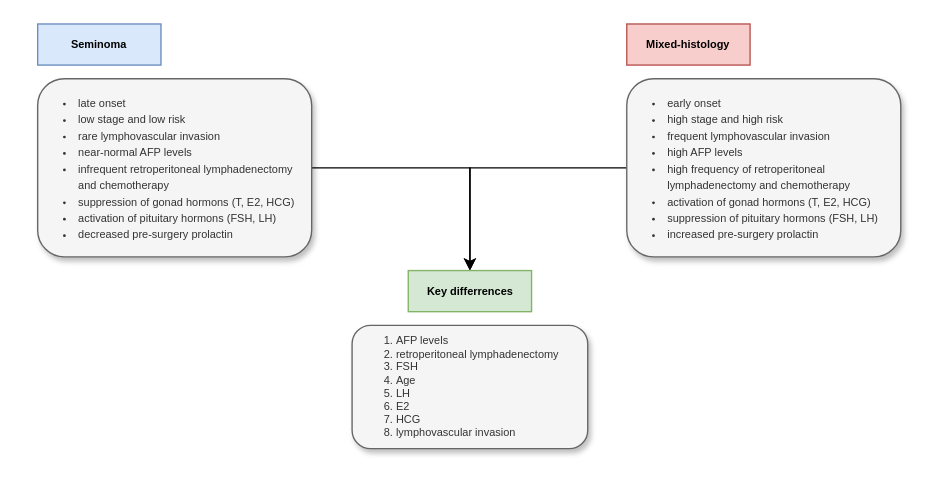
Before: schemes/results_histology.drawio in PiotrTymoszuk/TesCa_hormones, a draw.io diagram. Source tidied: cells renumbered, new cells numbered last; positions are measured from the earlier drawing's top-left corner, leaving out a move shared by most shapes. Both pictures are drawn from the tidied source at 137%, with x=0, y=0 at pixel (37, 23).
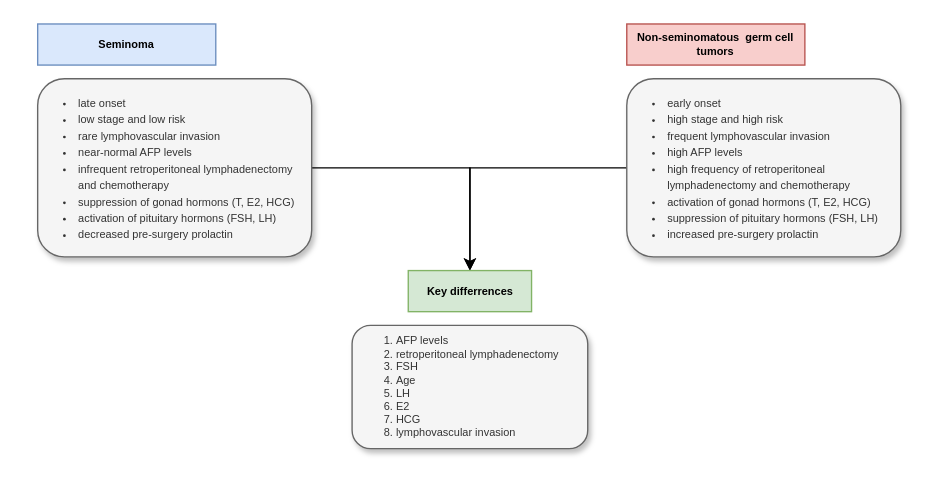
Above is the later version.

Diff of the diagram source:
```diff
@@
 <mxGraphModel>
   <root>
     <mxCell id="0" />
     <mxCell id="1" parent="0" />
     <mxCell id="2" value="Seminoma" style="rounded=0;whiteSpace=wrap;html=1;fontSize=8;fontStyle=1;fillColor=#dae8fc;strokeColor=#6c8ebf;" parent="1" vertex="1">
-      <mxGeometry width="90" height="30" as="geometry" />
+      <mxGeometry width="130" height="30" as="geometry" />
     </mxCell>
-    <mxCell id="3" value="Mixed-histology" style="rounded=0;whiteSpace=wrap;html=1;fontSize=8;fontStyle=1;fillColor=#f8cecc;strokeColor=#b85450;" parent="1" vertex="1">
-      <mxGeometry x="430" width="90" height="30" as="geometry" />
+    <mxCell id="3" value="Non-seminomatous&amp;nbsp;&amp;nbsp;germ cell tumors" style="rounded=0;whiteSpace=wrap;html=1;fontSize=8;fontStyle=1;fillColor=#f8cecc;strokeColor=#b85450;" parent="1" vertex="1">
+      <mxGeometry x="430" width="130" height="30" as="geometry" />
     </mxCell>
     <mxCell id="4" style="edgeStyle=orthogonalEdgeStyle;rounded=0;jettySize=auto;html=1;entryX=0.5;entryY=0;entryDx=0;entryDy=0;fontSize=8;" parent="1" edge="1" source="5" target="8">
       <mxGeometry relative="1" as="geometry" />
     </mxCell>
     <mxCell id="5" value="&lt;ul style=&quot;line-height: 150%;&quot;&gt;&lt;li&gt;early onset&lt;/li&gt;&lt;li&gt;high stage and high risk&amp;nbsp;&lt;/li&gt;&lt;li&gt;&lt;span style=&quot;background-color: initial;&quot;&gt;frequent lymphovascular invasion&lt;/span&gt;&lt;br&gt;&lt;/li&gt;&lt;li&gt;&lt;span style=&quot;background-color: initial;&quot;&gt;high AFP levels&lt;/span&gt;&lt;br&gt;&lt;/li&gt;&lt;li&gt;&lt;span style=&quot;background-color: initial;&quot;&gt;high frequency of retroperitoneal lymphadenectomy and chemotherapy&lt;/span&gt;&lt;br&gt;&lt;/li&gt;&lt;li&gt;activation of gonad hormons (T, E2, HCG)&lt;/li&gt;&lt;li&gt;suppression of pituitary hormons (FSH, LH)&lt;/li&gt;&lt;li&gt;increased pre-surgery prolactin&lt;/li&gt;&lt;/ul&gt;" style="rounded=1;whiteSpace=wrap;html=1;fontSize=8;verticalAlign=top;align=left;spacing=0;spacingLeft=-10;shadow=1;fillColor=#f5f5f5;fontColor=#333333;strokeColor=#666666;" parent="1" vertex="1">
       <mxGeometry x="430" y="40" width="200" height="130" as="geometry" />
     </mxCell>
     <mxCell id="6" style="edgeStyle=orthogonalEdgeStyle;rounded=0;jettySize=auto;html=1;entryX=0.5;entryY=0;entryDx=0;entryDy=0;fontSize=8;" parent="1" edge="1" source="7" target="8">
       <mxGeometry relative="1" as="geometry" />
     </mxCell>
     <mxCell id="7" value="&lt;ul style=&quot;line-height: 150%;&quot;&gt;&lt;li&gt;late onset&lt;/li&gt;&lt;li&gt;low stage and low risk&amp;nbsp;&lt;/li&gt;&lt;li&gt;&lt;span style=&quot;background-color: initial;&quot;&gt;rare lymphovascular invasion&lt;/span&gt;&lt;br&gt;&lt;/li&gt;&lt;li&gt;&lt;span style=&quot;background-color: initial;&quot;&gt;near-normal AFP levels&lt;/span&gt;&lt;br&gt;&lt;/li&gt;&lt;li&gt;&lt;span style=&quot;background-color: initial;&quot;&gt;infrequent retroperitoneal lymphadenectomy and chemotherapy&lt;/span&gt;&lt;br&gt;&lt;/li&gt;&lt;li&gt;suppression of gonad hormons (T, E2, HCG)&lt;/li&gt;&lt;li&gt;activation of pituitary hormons (FSH, LH)&lt;/li&gt;&lt;li&gt;decreased pre-surgery prolactin&lt;/li&gt;&lt;/ul&gt;" style="rounded=1;whiteSpace=wrap;html=1;fontSize=8;verticalAlign=top;align=left;spacing=0;spacingLeft=-10;glass=0;shadow=1;fillColor=#f5f5f5;fontColor=#333333;strokeColor=#666666;" parent="1" vertex="1">
       <mxGeometry y="40" width="200" height="130" as="geometry" />
     </mxCell>
     <mxCell id="8" value="Key differrences" style="rounded=0;whiteSpace=wrap;html=1;fontSize=8;fontStyle=1;fillColor=#d5e8d4;strokeColor=#82b366;" parent="1" vertex="1">
       <mxGeometry x="270.5" y="180" width="90" height="30" as="geometry" />
     </mxCell>
     <mxCell id="9" value="&lt;ol&gt;&lt;li&gt;AFP levels&lt;/li&gt;&lt;li&gt;retroperitoneal lymphadenectomy&lt;br&gt;&lt;/li&gt;&lt;li&gt;FSH&lt;/li&gt;&lt;li&gt;Age&lt;/li&gt;&lt;li&gt;LH&lt;/li&gt;&lt;li&gt;E2&lt;/li&gt;&lt;li&gt;HCG&lt;/li&gt;&lt;li&gt;lymphovascular invasion&lt;/li&gt;&lt;/ol&gt;" style="rounded=1;whiteSpace=wrap;html=1;shadow=1;glass=0;fontSize=8;align=left;spacingLeft=-10;fillColor=#f5f5f5;fontColor=#333333;strokeColor=#666666;" parent="1" vertex="1">
       <mxGeometry x="229.5" y="220" width="172" height="90" as="geometry" />
     </mxCell>
   </root>
 </mxGraphModel>
```
